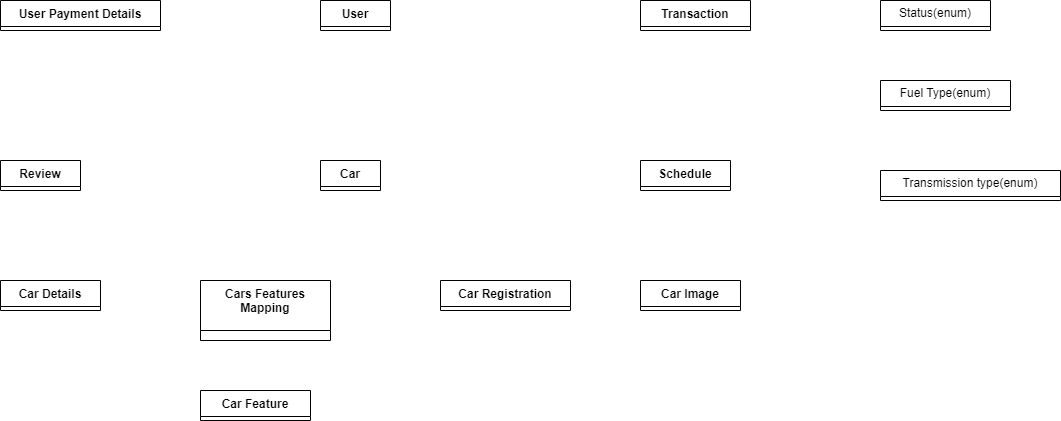
514sh/sulong keeps this draw.io diagram as docs/ClassDiagram.drawio.png. Above is the earlier version. Source tidied: cells renumbered, new cells last; positions are measured from the earlier drawing's top-left corner, leaving out a move shared by most shapes.
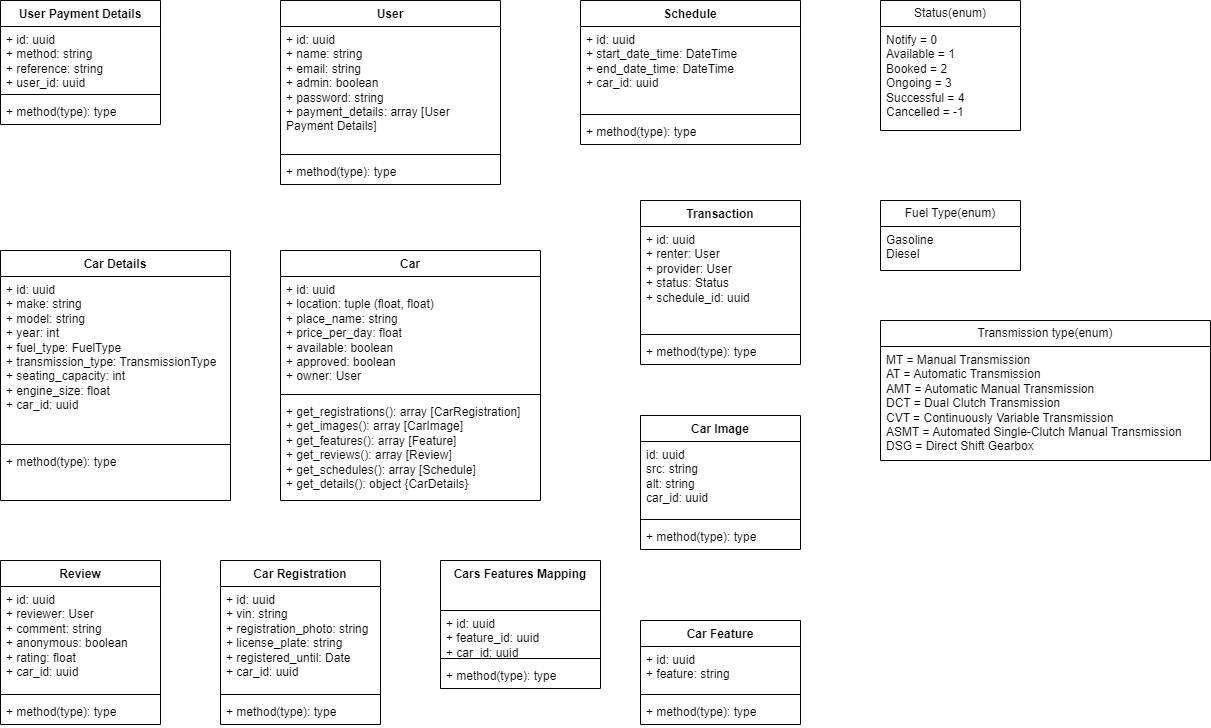
Later version of the same file.

What changed in the source:
```diff
@@ -2,47 +2,155 @@
   <root>
     <mxCell id="0" />
     <mxCell id="1" parent="0" />
-    <mxCell id="2" value="User&lt;br&gt;" style="swimlane;fontStyle=1;align=center;verticalAlign=top;horizontal=1;startSize=26;whiteSpace=wrap;html=1;" parent="1" vertex="1" collapsed="1">
-      <mxGeometry x="320" width="70" height="30" as="geometry" />
+    <mxCell id="2" value="User&lt;br&gt;" style="swimlane;fontStyle=1;align=center;verticalAlign=top;horizontal=1;startSize=26;whiteSpace=wrap;html=1;" parent="1" vertex="1">
+      <mxGeometry x="200" y="-120" width="220" height="184" as="geometry" />
     </mxCell>
+    <mxCell id="16" value="+ id: uuid&lt;br&gt;+ name: string&lt;br&gt;+ email: string&lt;br&gt;+ admin: boolean&lt;br&gt;+ password: string&lt;br&gt;+ payment_details: array [User Payment Details]&amp;nbsp;" style="text;strokeColor=none;fillColor=none;align=left;verticalAlign=top;spacingLeft=4;spacingRight=4;overflow=hidden;whiteSpace=wrap;html=1;" parent="2" vertex="1">
+      <mxGeometry y="26" width="220" height="124" as="geometry" />
+    </mxCell>
+    <mxCell id="17" style="line;strokeWidth=1;fillColor=none;align=left;verticalAlign=middle;spacingTop=-1;spacingLeft=3;spacingRight=3;labelPosition=right;strokeColor=inherit;" parent="2" vertex="1">
+      <mxGeometry y="150" width="220" height="8" as="geometry" />
+    </mxCell>
+    <mxCell id="18" value="+ method(type): type" style="text;strokeColor=none;fillColor=none;align=left;verticalAlign=top;spacingLeft=4;spacingRight=4;overflow=hidden;whiteSpace=wrap;html=1;" parent="2" vertex="1">
+      <mxGeometry y="158" width="220" height="26" as="geometry" />
+    </mxCell>
-    <mxCell id="3" value="User Payment Details" style="swimlane;fontStyle=1;align=center;verticalAlign=top;horizontal=1;startSize=26;whiteSpace=wrap;html=1;" parent="1" vertex="1" collapsed="1">
-      <mxGeometry width="160" height="30" as="geometry" />
+    <mxCell id="3" value="User Payment Details" style="swimlane;fontStyle=1;align=center;verticalAlign=top;horizontal=1;startSize=26;whiteSpace=wrap;html=1;" parent="1" vertex="1">
+      <mxGeometry x="-80" y="-120" width="160" height="124" as="geometry" />
     </mxCell>
+    <mxCell id="19" value="+ id: uuid&lt;br&gt;+ method: string&lt;br&gt;+ reference: string&lt;br&gt;+ user_id: uuid" style="text;strokeColor=none;fillColor=none;align=left;verticalAlign=top;spacingLeft=4;spacingRight=4;overflow=hidden;whiteSpace=wrap;html=1;" parent="3" vertex="1">
+      <mxGeometry y="26" width="160" height="64" as="geometry" />
+    </mxCell>
+    <mxCell id="20" style="line;strokeWidth=1;fillColor=none;align=left;verticalAlign=middle;spacingTop=-1;spacingLeft=3;spacingRight=3;labelPosition=right;strokeColor=inherit;" parent="3" vertex="1">
+      <mxGeometry y="90" width="160" height="8" as="geometry" />
+    </mxCell>
+    <mxCell id="21" value="+ method(type): type" style="text;strokeColor=none;fillColor=none;align=left;verticalAlign=top;spacingLeft=4;spacingRight=4;overflow=hidden;whiteSpace=wrap;html=1;" parent="3" vertex="1">
+      <mxGeometry y="98" width="160" height="26" as="geometry" />
+    </mxCell>
-    <mxCell id="4" value="Transaction" style="swimlane;fontStyle=1;align=center;verticalAlign=top;horizontal=1;startSize=26;whiteSpace=wrap;html=1;" parent="1" vertex="1" collapsed="1">
-      <mxGeometry x="640" width="110" height="30" as="geometry" />
+    <mxCell id="4" value="Transaction" style="swimlane;fontStyle=1;align=center;verticalAlign=top;horizontal=1;startSize=26;whiteSpace=wrap;html=1;" parent="1" vertex="1">
+      <mxGeometry x="560" y="80" width="160" height="164" as="geometry" />
     </mxCell>
+    <mxCell id="22" value="+ id: uuid&lt;br&gt;+ renter: User&lt;br&gt;+ provider: User&lt;br&gt;+ status: Status&lt;br&gt;+ schedule_id: uuid" style="text;strokeColor=none;fillColor=none;align=left;verticalAlign=top;spacingLeft=4;spacingRight=4;overflow=hidden;whiteSpace=wrap;html=1;" parent="4" vertex="1">
+      <mxGeometry y="26" width="160" height="104" as="geometry" />
+    </mxCell>
+    <mxCell id="23" style="line;strokeWidth=1;fillColor=none;align=left;verticalAlign=middle;spacingTop=-1;spacingLeft=3;spacingRight=3;labelPosition=right;strokeColor=inherit;" parent="4" vertex="1">
+      <mxGeometry y="130" width="160" height="8" as="geometry" />
+    </mxCell>
+    <mxCell id="24" value="+ method(type): type" style="text;strokeColor=none;fillColor=none;align=left;verticalAlign=top;spacingLeft=4;spacingRight=4;overflow=hidden;whiteSpace=wrap;html=1;" parent="4" vertex="1">
+      <mxGeometry y="138" width="160" height="26" as="geometry" />
+    </mxCell>
-    <mxCell id="5" value="Status(enum)" style="swimlane;fontStyle=0;horizontal=1;startSize=26;fillColor=none;whiteSpace=wrap;html=1;" parent="1" vertex="1" collapsed="1">
-      <mxGeometry x="880" width="110" height="30" as="geometry" />
+    <mxCell id="5" value="Status(enum)" style="swimlane;fontStyle=0;horizontal=1;startSize=26;fillColor=none;whiteSpace=wrap;html=1;" parent="1" vertex="1">
+      <mxGeometry x="800" y="-120" width="140" height="130" as="geometry" />
     </mxCell>
+    <mxCell id="25" value="Notify = 0&lt;br&gt;Available = 1&lt;br&gt;Booked = 2&lt;br&gt;Ongoing = 3&lt;br&gt;Successful = 4&lt;br&gt;Cancelled = -1" style="text;strokeColor=none;fillColor=none;align=left;verticalAlign=top;spacingLeft=4;spacingRight=4;overflow=hidden;whiteSpace=wrap;html=1;" parent="5" vertex="1">
+      <mxGeometry y="26" width="140" height="104" as="geometry" />
+    </mxCell>
-    <mxCell id="6" value="Review" style="swimlane;fontStyle=1;align=center;verticalAlign=top;horizontal=1;startSize=26;whiteSpace=wrap;html=1;" parent="1" vertex="1" collapsed="1">
-      <mxGeometry y="160" width="80" height="30" as="geometry" />
+    <mxCell id="6" value="Review" style="swimlane;fontStyle=1;align=center;verticalAlign=top;horizontal=1;startSize=26;whiteSpace=wrap;html=1;" parent="1" vertex="1">
+      <mxGeometry x="-80" y="440" width="160" height="164" as="geometry" />
     </mxCell>
+    <mxCell id="26" value="+ id: uuid&lt;br&gt;+ reviewer: User&lt;br&gt;+ comment: string&lt;br&gt;+ anonymous: boolean&lt;br&gt;+ rating: float&lt;br&gt;+ car_id: uuid" style="text;strokeColor=none;fillColor=none;align=left;verticalAlign=top;spacingLeft=4;spacingRight=4;overflow=hidden;whiteSpace=wrap;html=1;" parent="6" vertex="1">
+      <mxGeometry y="26" width="160" height="104" as="geometry" />
+    </mxCell>
+    <mxCell id="27" style="line;strokeWidth=1;fillColor=none;align=left;verticalAlign=middle;spacingTop=-1;spacingLeft=3;spacingRight=3;labelPosition=right;strokeColor=inherit;" parent="6" vertex="1">
+      <mxGeometry y="130" width="160" height="8" as="geometry" />
+    </mxCell>
+    <mxCell id="28" value="+ method(type): type" style="text;strokeColor=none;fillColor=none;align=left;verticalAlign=top;spacingLeft=4;spacingRight=4;overflow=hidden;whiteSpace=wrap;html=1;" parent="6" vertex="1">
+      <mxGeometry y="138" width="160" height="26" as="geometry" />
+    </mxCell>
-    <mxCell id="7" value="Car Details" style="swimlane;fontStyle=1;align=center;verticalAlign=top;horizontal=1;startSize=26;whiteSpace=wrap;html=1;" parent="1" vertex="1" collapsed="1">
-      <mxGeometry y="280" width="100" height="30" as="geometry" />
+    <mxCell id="7" value="Car Details" style="swimlane;fontStyle=1;align=center;verticalAlign=top;horizontal=1;startSize=26;whiteSpace=wrap;html=1;" parent="1" vertex="1">
+      <mxGeometry x="-80" y="130" width="230" height="250" as="geometry" />
     </mxCell>
+    <mxCell id="29" value="+ id: uuid&lt;br&gt;+ make: string&lt;br&gt;+ model: string&lt;br&gt;+ year: int&lt;br&gt;+ fuel_type: FuelType&lt;br&gt;+ transmission_type: TransmissionType&lt;br&gt;+ seating_capacity: int&lt;br&gt;+ engine_size: float&lt;br&gt;+ car_id: uuid" style="text;strokeColor=none;fillColor=none;align=left;verticalAlign=top;spacingLeft=4;spacingRight=4;overflow=hidden;whiteSpace=wrap;html=1;" parent="7" vertex="1">
+      <mxGeometry y="26" width="230" height="164" as="geometry" />
+    </mxCell>
+    <mxCell id="30" style="line;strokeWidth=1;fillColor=none;align=left;verticalAlign=middle;spacingTop=-1;spacingLeft=3;spacingRight=3;labelPosition=right;strokeColor=inherit;" parent="7" vertex="1">
+      <mxGeometry y="190" width="230" height="8" as="geometry" />
+    </mxCell>
+    <mxCell id="31" value="+ method(type): type" style="text;strokeColor=none;fillColor=none;align=left;verticalAlign=top;spacingLeft=4;spacingRight=4;overflow=hidden;whiteSpace=wrap;html=1;" parent="7" vertex="1">
+      <mxGeometry y="198" width="230" height="52" as="geometry" />
+    </mxCell>
-    <mxCell id="8" value="Car Registration" style="swimlane;fontStyle=1;align=center;verticalAlign=top;horizontal=1;startSize=26;whiteSpace=wrap;html=1;" parent="1" vertex="1" collapsed="1">
-      <mxGeometry x="440" y="280" width="130" height="30" as="geometry" />
+    <mxCell id="8" value="Car Registration" style="swimlane;fontStyle=1;align=center;verticalAlign=top;horizontal=1;startSize=26;whiteSpace=wrap;html=1;" parent="1" vertex="1">
+      <mxGeometry x="140" y="440" width="160" height="164" as="geometry" />
     </mxCell>
+    <mxCell id="32" value="+ id: uuid&lt;br&gt;+ vin: string&lt;br&gt;+ registration_photo: string&lt;br&gt;+ license_plate: string&lt;br&gt;+ registered_until: Date&lt;br&gt;+ car_id: uuid" style="text;strokeColor=none;fillColor=none;align=left;verticalAlign=top;spacingLeft=4;spacingRight=4;overflow=hidden;whiteSpace=wrap;html=1;" parent="8" vertex="1">
+      <mxGeometry y="26" width="160" height="104" as="geometry" />
+    </mxCell>
+    <mxCell id="33" style="line;strokeWidth=1;fillColor=none;align=left;verticalAlign=middle;spacingTop=-1;spacingLeft=3;spacingRight=3;labelPosition=right;strokeColor=inherit;" parent="8" vertex="1">
+      <mxGeometry y="130" width="160" height="8" as="geometry" />
+    </mxCell>
+    <mxCell id="34" value="+ method(type): type" style="text;strokeColor=none;fillColor=none;align=left;verticalAlign=top;spacingLeft=4;spacingRight=4;overflow=hidden;whiteSpace=wrap;html=1;" parent="8" vertex="1">
+      <mxGeometry y="138" width="160" height="26" as="geometry" />
+    </mxCell>
-    <mxCell id="9" value="Car Image" style="swimlane;fontStyle=1;align=center;verticalAlign=top;horizontal=1;startSize=26;whiteSpace=wrap;html=1;" parent="1" vertex="1" collapsed="1">
-      <mxGeometry x="640" y="280" width="100" height="30" as="geometry" />
+    <mxCell id="9" value="Car Image" style="swimlane;fontStyle=1;align=center;verticalAlign=top;horizontal=1;startSize=26;whiteSpace=wrap;html=1;" parent="1" vertex="1">
+      <mxGeometry x="560" y="295" width="160" height="134" as="geometry" />
     </mxCell>
+    <mxCell id="35" value="id: uuid&lt;br&gt;src: string&lt;br&gt;alt: string&lt;br&gt;car_id: uuid" style="text;strokeColor=none;fillColor=none;align=left;verticalAlign=top;spacingLeft=4;spacingRight=4;overflow=hidden;whiteSpace=wrap;html=1;" parent="9" vertex="1">
+      <mxGeometry y="26" width="160" height="74" as="geometry" />
+    </mxCell>
+    <mxCell id="36" style="line;strokeWidth=1;fillColor=none;align=left;verticalAlign=middle;spacingTop=-1;spacingLeft=3;spacingRight=3;labelPosition=right;strokeColor=inherit;" parent="9" vertex="1">
+      <mxGeometry y="100" width="160" height="8" as="geometry" />
+    </mxCell>
+    <mxCell id="37" value="+ method(type): type" style="text;strokeColor=none;fillColor=none;align=left;verticalAlign=top;spacingLeft=4;spacingRight=4;overflow=hidden;whiteSpace=wrap;html=1;" parent="9" vertex="1">
+      <mxGeometry y="108" width="160" height="26" as="geometry" />
+    </mxCell>
-    <mxCell id="10" value="Car Feature" style="swimlane;fontStyle=1;align=center;verticalAlign=top;horizontal=1;startSize=26;whiteSpace=wrap;html=1;" parent="1" vertex="1" collapsed="1">
-      <mxGeometry x="200" y="390" width="110" height="30" as="geometry" />
+    <mxCell id="10" value="Car Feature" style="swimlane;fontStyle=1;align=center;verticalAlign=top;horizontal=1;startSize=26;whiteSpace=wrap;html=1;" parent="1" vertex="1">
+      <mxGeometry x="560" y="500" width="160" height="104" as="geometry" />
     </mxCell>
+    <mxCell id="38" value="+ id: uuid&lt;br&gt;+ feature: string" style="text;strokeColor=none;fillColor=none;align=left;verticalAlign=top;spacingLeft=4;spacingRight=4;overflow=hidden;whiteSpace=wrap;html=1;" parent="10" vertex="1">
+      <mxGeometry y="26" width="160" height="44" as="geometry" />
+    </mxCell>
+    <mxCell id="39" style="line;strokeWidth=1;fillColor=none;align=left;verticalAlign=middle;spacingTop=-1;spacingLeft=3;spacingRight=3;labelPosition=right;strokeColor=inherit;" parent="10" vertex="1">
+      <mxGeometry y="70" width="160" height="8" as="geometry" />
+    </mxCell>
+    <mxCell id="40" value="+ method(type): type" style="text;strokeColor=none;fillColor=none;align=left;verticalAlign=top;spacingLeft=4;spacingRight=4;overflow=hidden;whiteSpace=wrap;html=1;" parent="10" vertex="1">
+      <mxGeometry y="78" width="160" height="26" as="geometry" />
+    </mxCell>
-    <mxCell id="11" value="Car" style="swimlane;fontStyle=1;align=center;verticalAlign=top;horizontal=1;startSize=26;whiteSpace=wrap;html=1;" parent="1" vertex="1" collapsed="1">
-      <mxGeometry x="320" y="160" width="60" height="30" as="geometry" />
+    <mxCell id="11" value="Car" style="swimlane;fontStyle=1;align=center;verticalAlign=top;horizontal=1;startSize=26;whiteSpace=wrap;html=1;" parent="1" vertex="1">
+      <mxGeometry x="200" y="130" width="260" height="250" as="geometry" />
     </mxCell>
+    <mxCell id="41" value="+ id: uuid&amp;nbsp;&lt;br&gt;+ location: tuple (float, float)&lt;br&gt;+ place_name: string&lt;br&gt;+ price_per_day: float&lt;br&gt;+ available: boolean&lt;br&gt;+ approved: boolean&lt;br&gt;+ owner: User" style="text;strokeColor=none;fillColor=none;align=left;verticalAlign=top;spacingLeft=4;spacingRight=4;overflow=hidden;whiteSpace=wrap;html=1;" parent="11" vertex="1">
+      <mxGeometry y="26" width="260" height="114" as="geometry" />
+    </mxCell>
+    <mxCell id="42" style="line;strokeWidth=1;fillColor=none;align=left;verticalAlign=middle;spacingTop=-1;spacingLeft=3;spacingRight=3;labelPosition=right;strokeColor=inherit;" parent="11" vertex="1">
+      <mxGeometry y="140" width="260" height="8" as="geometry" />
+    </mxCell>
+    <mxCell id="43" value="+ get_registrations(): array [CarRegistration]&lt;br&gt;+ get_images(): array [CarImage]&lt;br&gt;+ get_features(): array [Feature]&lt;br&gt;+ get_reviews(): array [Review]&lt;br&gt;+ get_schedules(): array [Schedule]&lt;br&gt;+ get_details(): object {CarDetails}" style="text;strokeColor=none;fillColor=none;align=left;verticalAlign=top;spacingLeft=4;spacingRight=4;overflow=hidden;whiteSpace=wrap;html=1;" parent="11" vertex="1">
+      <mxGeometry y="148" width="260" height="102" as="geometry" />
+    </mxCell>
-    <mxCell id="12" value="Schedule" style="swimlane;fontStyle=1;align=center;verticalAlign=top;horizontal=1;startSize=26;whiteSpace=wrap;html=1;" parent="1" vertex="1" collapsed="1">
-      <mxGeometry x="640" y="160" width="90" height="30" as="geometry" />
+    <mxCell id="12" value="Schedule" style="swimlane;fontStyle=1;align=center;verticalAlign=top;horizontal=1;startSize=26;whiteSpace=wrap;html=1;" parent="1" vertex="1">
+      <mxGeometry x="500" y="-120" width="220" height="144" as="geometry" />
     </mxCell>
+    <mxCell id="44" value="+ id: uuid&lt;br&gt;+ start_date_time: DateTime&lt;br&gt;+ end_date_time: DateTime&lt;br&gt;+ car_id: uuid&amp;nbsp;" style="text;strokeColor=none;fillColor=none;align=left;verticalAlign=top;spacingLeft=4;spacingRight=4;overflow=hidden;whiteSpace=wrap;html=1;" parent="12" vertex="1">
+      <mxGeometry y="26" width="220" height="84" as="geometry" />
+    </mxCell>
+    <mxCell id="45" style="line;strokeWidth=1;fillColor=none;align=left;verticalAlign=middle;spacingTop=-1;spacingLeft=3;spacingRight=3;labelPosition=right;strokeColor=inherit;" parent="12" vertex="1">
+      <mxGeometry y="110" width="220" height="8" as="geometry" />
+    </mxCell>
+    <mxCell id="46" value="+ method(type): type" style="text;strokeColor=none;fillColor=none;align=left;verticalAlign=top;spacingLeft=4;spacingRight=4;overflow=hidden;whiteSpace=wrap;html=1;" parent="12" vertex="1">
+      <mxGeometry y="118" width="220" height="26" as="geometry" />
+    </mxCell>
-    <mxCell id="13" value="Fuel Type(enum)" style="swimlane;fontStyle=0;horizontal=1;startSize=26;fillColor=none;whiteSpace=wrap;html=1;" parent="1" vertex="1" collapsed="1">
-      <mxGeometry x="880" y="80" width="130" height="30" as="geometry" />
+    <mxCell id="13" value="Fuel Type(enum)" style="swimlane;fontStyle=0;horizontal=1;startSize=26;fillColor=none;whiteSpace=wrap;html=1;" parent="1" vertex="1">
+      <mxGeometry x="800" y="80" width="140" height="70" as="geometry" />
     </mxCell>
+    <mxCell id="47" value="Gasoline&lt;br&gt;Diesel" style="text;strokeColor=none;fillColor=none;align=left;verticalAlign=top;spacingLeft=4;spacingRight=4;overflow=hidden;whiteSpace=wrap;html=1;" parent="13" vertex="1">
+      <mxGeometry y="26" width="140" height="44" as="geometry" />
+    </mxCell>
-    <mxCell id="14" value="Transmission type(enum)" style="swimlane;fontStyle=0;horizontal=1;startSize=26;fillColor=none;whiteSpace=wrap;html=1;" parent="1" vertex="1" collapsed="1">
-      <mxGeometry x="880" y="170" width="180" height="30" as="geometry" />
+    <mxCell id="14" value="Transmission type(enum)" style="swimlane;fontStyle=0;horizontal=1;startSize=26;fillColor=none;whiteSpace=wrap;html=1;" parent="1" vertex="1">
+      <mxGeometry x="800" y="200" width="330" height="140" as="geometry" />
     </mxCell>
+    <mxCell id="48" value="MT = Manual Transmission&lt;br&gt;AT = Automatic Transmission&lt;br&gt;AMT = Automatic Manual Transmission&lt;br&gt;DCT = Dual Clutch Transmission&lt;br&gt;CVT = Continuously Variable Transmission&lt;br&gt;ASMT = Automated Single-Clutch Manual Transmission&lt;br&gt;DSG = Direct Shift Gearbox&lt;br&gt;" style="text;strokeColor=none;fillColor=none;align=left;verticalAlign=top;spacingLeft=4;spacingRight=4;overflow=hidden;whiteSpace=wrap;html=1;" parent="14" vertex="1">
+      <mxGeometry y="26" width="330" height="114" as="geometry" />
+    </mxCell>
-    <mxCell id="15" value="Cars Features Mapping" style="swimlane;fontStyle=1;align=center;verticalAlign=top;horizontal=1;startSize=50;whiteSpace=wrap;html=1;" parent="1" vertex="1" collapsed="1">
-      <mxGeometry x="200" y="280" width="130" height="60" as="geometry" />
+    <mxCell id="15" value="Cars Features Mapping" style="swimlane;fontStyle=1;align=center;verticalAlign=top;horizontal=1;startSize=50;whiteSpace=wrap;html=1;" parent="1" vertex="1">
+      <mxGeometry x="360" y="440" width="160" height="128" as="geometry" />
     </mxCell>
+    <mxCell id="49" value="+ id: uuid&lt;br&gt;+ feature_id: uuid&lt;br&gt;+ car_id: uuid" style="text;strokeColor=none;fillColor=none;align=left;verticalAlign=top;spacingLeft=4;spacingRight=4;overflow=hidden;whiteSpace=wrap;html=1;" parent="15" vertex="1">
+      <mxGeometry y="50" width="160" height="44" as="geometry" />
+    </mxCell>
+    <mxCell id="50" style="line;strokeWidth=1;fillColor=none;align=left;verticalAlign=middle;spacingTop=-1;spacingLeft=3;spacingRight=3;labelPosition=right;strokeColor=inherit;" parent="15" vertex="1">
+      <mxGeometry y="94" width="160" height="8" as="geometry" />
+    </mxCell>
+    <mxCell id="51" value="+ method(type): type" style="text;strokeColor=none;fillColor=none;align=left;verticalAlign=top;spacingLeft=4;spacingRight=4;overflow=hidden;whiteSpace=wrap;html=1;" parent="15" vertex="1">
+      <mxGeometry y="102" width="160" height="26" as="geometry" />
+    </mxCell>
   </root>
 </mxGraphModel>
```
